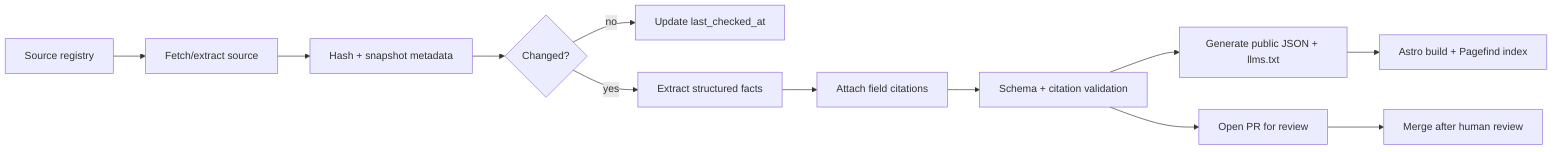
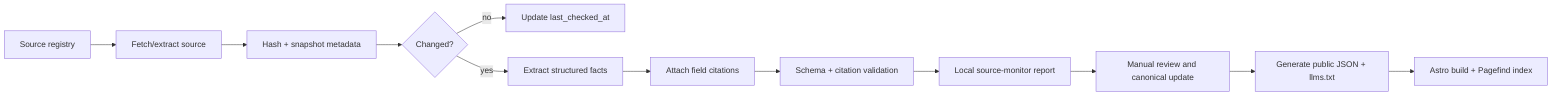
flowchart LR
  S[Source registry] --> C[Fetch/extract source]
  C --> H[Hash + snapshot metadata]
  H --> D{Changed?}
  D -- no --> F[Update last_checked_at]
  D -- yes --> X[Extract structured facts]
  X --> Q[Attach field citations]
  Q --> V[Schema + citation validation]
-   V --> G[Generate public JSON + llms.txt]
+   V --> R[Local source-monitor report]
+   R --> M[Manual review and canonical update]
+   M --> G[Generate public JSON + llms.txt]
  G --> B[Astro build + Pagefind index]
-   V --> P[Open PR for review]
-   P --> M[Merge after human review]
